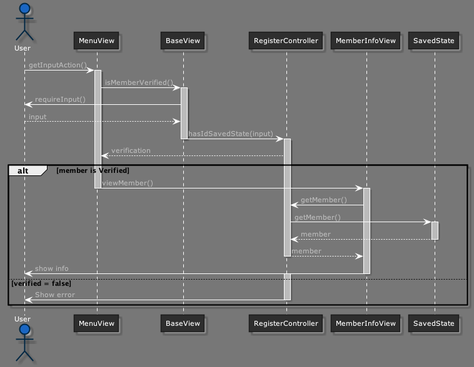
This is diagrams/viewMember.png from clundstrom/mvc_pirates, a PlantUML export, as it was before one commit.
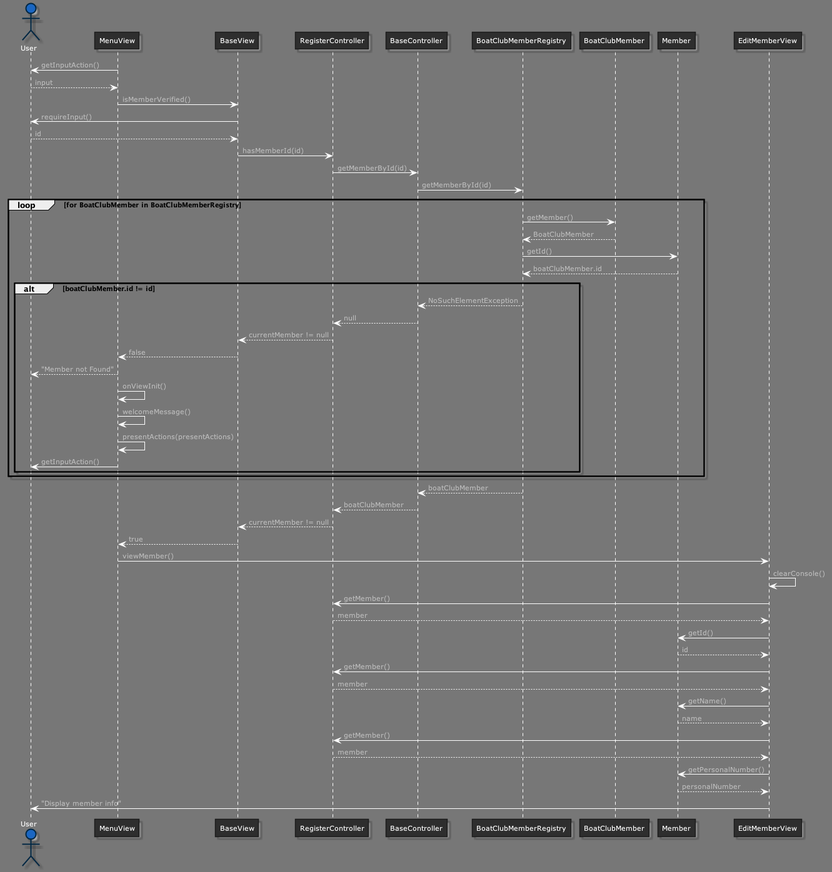
The same diagram one commit later.

Commit message:
added revised view member diagram

Diff of the diagram source:
```diff
@@ -264,37 +264,48 @@
 }
 
 actor User
-
-User -> MenuView : getInputAction()
-activate MenuView
+User <- MenuView : getInputAction()
+User --> MenuView : input
 MenuView -> BaseView : isMemberVerified()
-activate BaseView
-User <- BaseView : requireInput()
-User --> BaseView  : input
-BaseView -> RegisterController : hasIdSavedState(input)
-deactivate BaseView
-activate RegisterController
-RegisterController --> MenuView : verification
-
-alt member is Verified
-    MenuView -> MemberInfoView : viewMember()
-    deactivate MenuView
-    activate MemberInfoView
-    MemberInfoView -> RegisterController : getMember()
-
-
-    RegisterController -> SavedState : getMember()
-    activate SavedState
-    SavedState --> RegisterController : member
-    deactivate SavedState
-    RegisterController --> MemberInfoView : member
-    deactivate RegisterController
-    MemberInfoView -> User : show info
-    deactivate MemberInfoView
-
-else verified = false
-    activate RegisterController
-    RegisterController -> User : Show error
-    deactivate RegisterController
+BaseView -> User : requireInput()
+User --> BaseView : id
+BaseView -> RegisterController : hasMemberId(id)
+RegisterController -> BaseController : getMemberById(id)
+BaseController -> BoatClubMemberRegistry : getMemberById(id)
+loop for BoatClubMember in BoatClubMemberRegistry
+BoatClubMemberRegistry -> BoatClubMember : getMember()
+BoatClubMember --> BoatClubMemberRegistry : BoatClubMember
+BoatClubMemberRegistry -> Member : getId()
+Member --> BoatClubMemberRegistry : boatClubMember.id
+alt boatClubMember.id != id
+BoatClubMemberRegistry --> BaseController : NoSuchElementException
+BaseController --> RegisterController : null
+RegisterController --> BaseView : currentMember != null
+BaseView --> MenuView : false
+MenuView --> User : "Member not Found"
+MenuView -> MenuView : onViewInit()
+MenuView -> MenuView : welcomeMessage()
+MenuView -> MenuView : presentActions(presentActions)
+MenuView -> User: getInputAction()
 end
+end
+BoatClubMemberRegistry --> BaseController : boatClubMember
+BaseController --> RegisterController : boatClubMember
+RegisterController --> BaseView : currentMember != null
+BaseView --> MenuView : true
+MenuView -> EditMemberView : viewMember()
+EditMemberView -> EditMemberView : clearConsole()
+EditMemberView -> RegisterController : getMember()
+RegisterController --> EditMemberView : member
+EditMemberView -> Member : getId()
+Member --> EditMemberView : id
+EditMemberView -> RegisterController : getMember()
+RegisterController --> EditMemberView : member
+EditMemberView -> Member : getName()
+Member --> EditMemberView : name
+EditMemberView -> RegisterController : getMember()
+RegisterController --> EditMemberView : member
+EditMemberView -> Member : getPersonalNumber()
+Member --> EditMemberView : personalNumber
+EditMemberView -> User : "Display member info"
 @enduml
```
